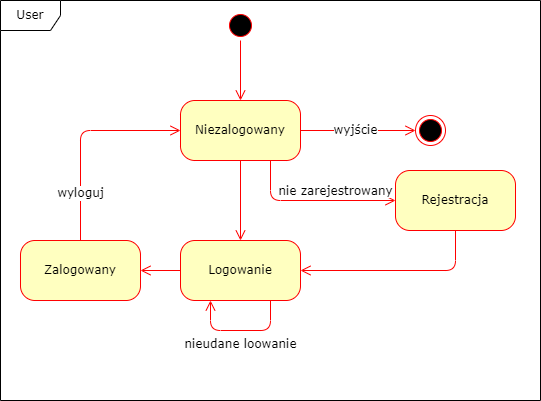
Earlier version of the draw.io export doc/Diagramy_UML/diagram_stanow_user.png (WOTxp/PZ21-22). Source tidied: cells renumbered, new cells last; positions are measured from the earlier drawing's top-left corner, leaving out a move shared by most shapes.
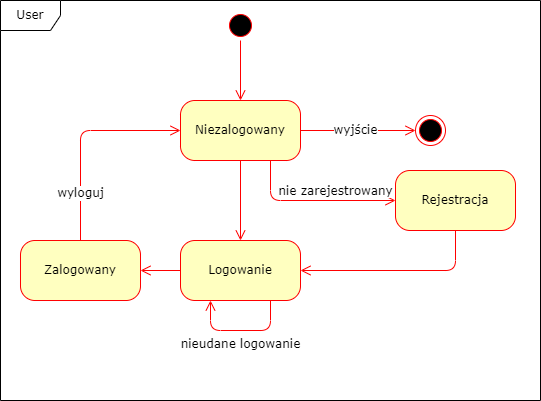
The same file after the commit.

What changed in the source:
```diff
@@ -46,7 +46,7 @@
         <mxPoint y="-1" as="offset" />
       </mxGeometry>
     </mxCell>
-    <mxCell id="16" value="nieudane loowanie" style="edgeStyle=orthogonalEdgeStyle;html=1;labelBackgroundColor=default;endArrow=open;endSize=8;strokeColor=#ff0000;fontFamily=Verdana;fontSize=12;align=center;entryX=0.25;entryY=1;entryDx=0;entryDy=0;verticalAlign=top;" parent="1" edge="1" target="8">
+    <mxCell id="16" value="nieudane logowanie" style="edgeStyle=orthogonalEdgeStyle;html=1;labelBackgroundColor=default;endArrow=open;endSize=8;strokeColor=#ff0000;fontFamily=Verdana;fontSize=12;align=center;entryX=0.25;entryY=1;entryDx=0;entryDy=0;verticalAlign=top;" parent="1" edge="1" target="8">
       <mxGeometry relative="1" as="geometry">
         <mxPoint x="270" y="300" as="sourcePoint" />
         <Array as="points">
```
